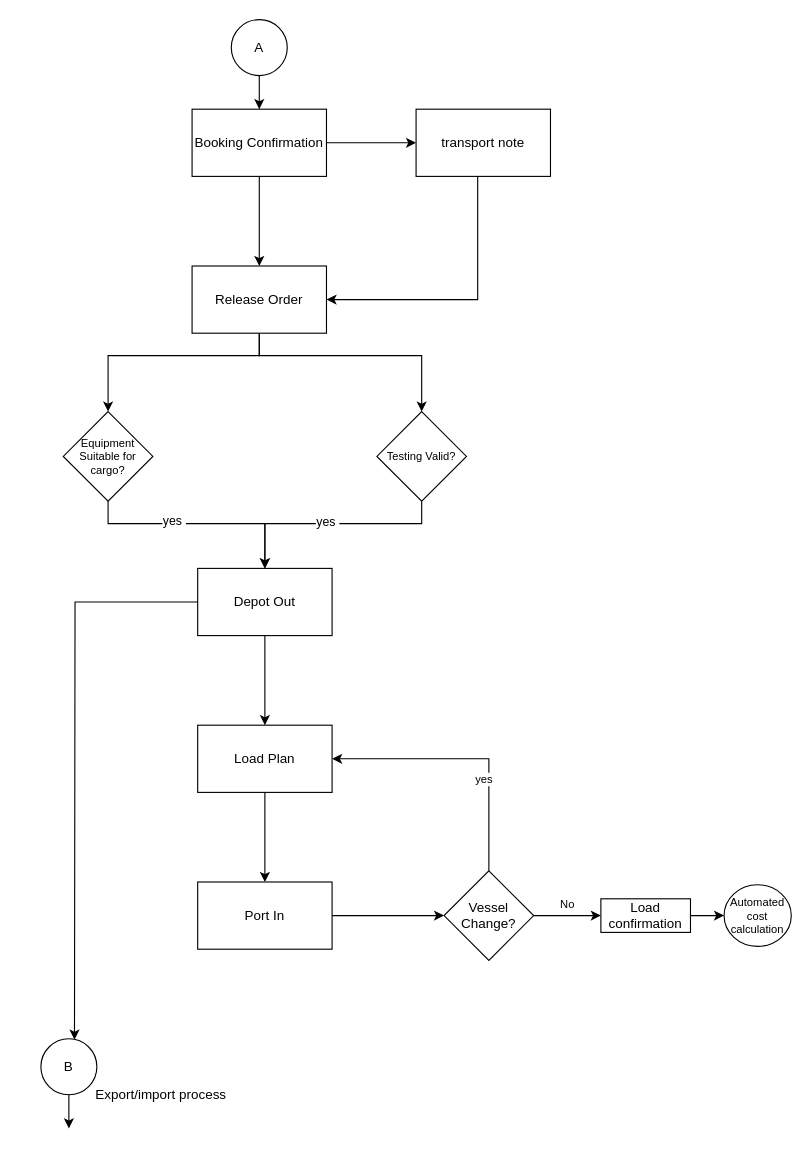
Earlier version of the draw.io diagram page "Page-2" (2 of 2) of DryFlow1.drawio (Anket17/update1). Source tidied: cells renumbered, new cells numbered last; positions are measured from the earlier drawing's top-left corner, leaving out a move shared by most shapes. Both pictures are drawn from the tidied source at 112%, with x=0, y=0 at pixel (40, 19).
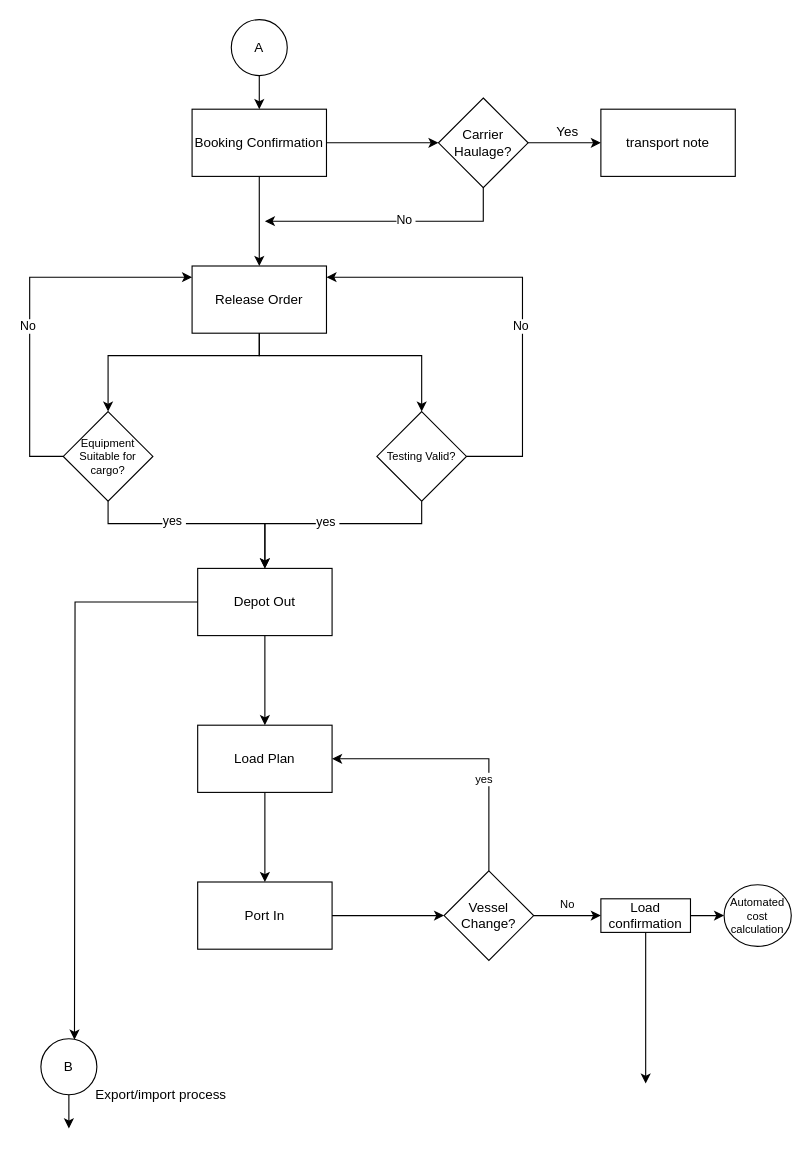
The same page after the edit.

Unchanged cells that the change refers to:
```xml
<mxCell id="4" value="Booking Confirmation" style="rounded=0;whiteSpace=wrap;html=1;labelBackgroundColor=none;fillColor=none;fontColor=none;" parent="1" vertex="1">
  <mxGeometry x="135" y="80" width="120" height="60" as="geometry" />
</mxCell>
<mxCell id="7" value="Release Order" style="whiteSpace=wrap;html=1;rounded=0;fontColor=none;fillColor=none;" parent="1" vertex="1">
  <mxGeometry x="135" y="220" width="120" height="60" as="geometry" />
</mxCell>
<mxCell id="10" value="Equipment Suitable for cargo?" style="rhombus;whiteSpace=wrap;html=1;rounded=0;fontColor=none;fillColor=none;fontSize=10;" parent="1" vertex="1">
  <mxGeometry x="20" y="350" width="80" height="80" as="geometry" />
</mxCell>
<mxCell id="13" value="Testing Valid?" style="rhombus;whiteSpace=wrap;html=1;rounded=0;fontColor=none;fillColor=none;fontSize=10;" parent="1" vertex="1">
  <mxGeometry x="300" y="350" width="80" height="80" as="geometry" />
</mxCell>
<mxCell id="26" value="Load confirmation" style="whiteSpace=wrap;html=1;rounded=0;fontColor=none;fillColor=none;" parent="1" vertex="1">
  <mxGeometry x="500" y="785" width="80" height="30" as="geometry" />
</mxCell>
```

Diff of the diagram source:
```diff
@@
-    <mxCell id="3" style="edgeStyle=orthogonalEdgeStyle;rounded=0;jettySize=auto;html=1;fontSize=10;fontColor=#000000;" parent="1" edge="1" source="4" target="35">
-      <mxGeometry relative="1" as="geometry" />
-    </mxCell>
+    <mxCell id="36" style="edgeStyle=orthogonalEdgeStyle;rounded=0;jettySize=auto;html=1;" parent="1" edge="1" source="4" target="45">
+      <mxGeometry relative="1" as="geometry" />
+    </mxCell>
@@
+    <mxCell id="37" style="edgeStyle=orthogonalEdgeStyle;rounded=0;jettySize=auto;html=1;" parent="1" edge="1" source="10">
+      <mxGeometry relative="1" as="geometry">
+        <mxPoint x="135" y="230" as="targetPoint" />
+        <Array as="points">
+          <mxPoint x="-10" y="390" />
+          <mxPoint x="-10" y="230" />
+          <mxPoint x="135" y="230" />
+        </Array>
+      </mxGeometry>
+    </mxCell>
+    <mxCell id="38" value="No&amp;nbsp;" style="edgeLabel;html=1;align=center;verticalAlign=middle;" parent="37" vertex="1">
+      <mxGeometry x="-0.12" y="1" relative="1" as="geometry" />
+    </mxCell>
@@
+    <mxCell id="39" style="edgeStyle=orthogonalEdgeStyle;rounded=0;jettySize=auto;html=1;" parent="1" edge="1" source="13">
+      <mxGeometry relative="1" as="geometry">
+        <mxPoint x="255" y="230" as="targetPoint" />
+        <Array as="points">
+          <mxPoint x="430" y="390" />
+          <mxPoint x="430" y="230" />
+          <mxPoint x="255" y="230" />
+        </Array>
+      </mxGeometry>
+    </mxCell>
+    <mxCell id="40" value="No&amp;nbsp;" style="edgeLabel;html=1;align=center;verticalAlign=middle;" parent="39" vertex="1">
+      <mxGeometry x="-0.13" y="1" relative="1" as="geometry" />
+    </mxCell>
@@
+    <mxCell id="41" style="edgeStyle=orthogonalEdgeStyle;rounded=0;jettySize=auto;html=1;" parent="1" edge="1" source="26">
+      <mxGeometry relative="1" as="geometry">
+        <mxPoint x="540" y="950" as="targetPoint" />
+      </mxGeometry>
+    </mxCell>
@@
-    <mxCell id="34" style="edgeStyle=orthogonalEdgeStyle;rounded=0;jettySize=auto;html=1;entryX=1;entryY=0.5;entryDx=0;entryDy=0;fontSize=10;fontColor=#000000;" parent="1" edge="1" source="35" target="7">
-      <mxGeometry relative="1" as="geometry">
-        <Array as="points">
-          <mxPoint x="390" y="250" />
-        </Array>
-      </mxGeometry>
-    </mxCell>
     <mxCell id="35" value="transport note" style="whiteSpace=wrap;html=1;rounded=0;fontColor=none;fillColor=none;" parent="1" vertex="1">
-      <mxGeometry x="335" y="80" width="120" height="60" as="geometry" />
+      <mxGeometry x="500" y="80" width="120" height="60" as="geometry" />
     </mxCell>
+    <mxCell id="42" style="edgeStyle=orthogonalEdgeStyle;rounded=0;jettySize=auto;html=1;entryX=0;entryY=0.5;entryDx=0;entryDy=0;" parent="1" edge="1" source="45" target="35">
+      <mxGeometry relative="1" as="geometry" />
+    </mxCell>
+    <mxCell id="43" style="edgeStyle=orthogonalEdgeStyle;rounded=0;jettySize=auto;html=1;" parent="1" edge="1" source="45">
+      <mxGeometry relative="1" as="geometry">
+        <mxPoint x="200" y="180" as="targetPoint" />
+        <Array as="points">
+          <mxPoint x="395" y="180" />
+        </Array>
+      </mxGeometry>
+    </mxCell>
+    <mxCell id="44" value="No&amp;nbsp;" style="edgeLabel;html=1;align=center;verticalAlign=middle;" parent="43" vertex="1">
+      <mxGeometry x="-0.11" y="-2" relative="1" as="geometry" />
+    </mxCell>
+    <mxCell id="45" value="Carrier Haulage?" style="rhombus;whiteSpace=wrap;html=1;rounded=0;fontColor=none;fillColor=none;" parent="1" vertex="1">
+      <mxGeometry x="355" y="70" width="80" height="80" as="geometry" />
+    </mxCell>
+    <mxCell id="46" value="Yes" style="text;html=1;align=center;verticalAlign=middle;" parent="1" vertex="1">
+      <mxGeometry x="455" y="90" width="30" height="20" as="geometry" />
+    </mxCell>
```
